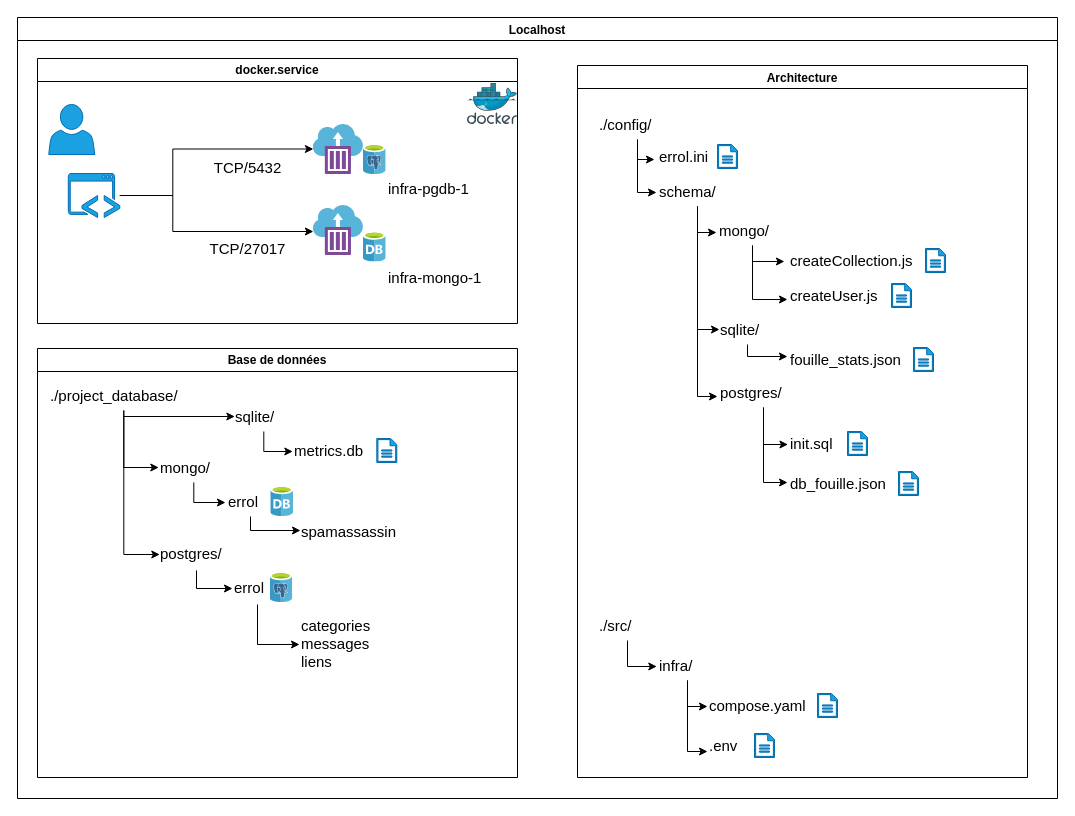
The draw.io diagram rapport/Schéma/archi_docker.drawio in peredur0/errol, before the edit. Source tidied: cells renumbered, new cells numbered last; positions are measured from the earlier drawing's top-left corner, leaving out a move shared by most shapes. Both pictures are drawn from the tidied source at 100%, with x=0, y=0 at pixel (17, 17).
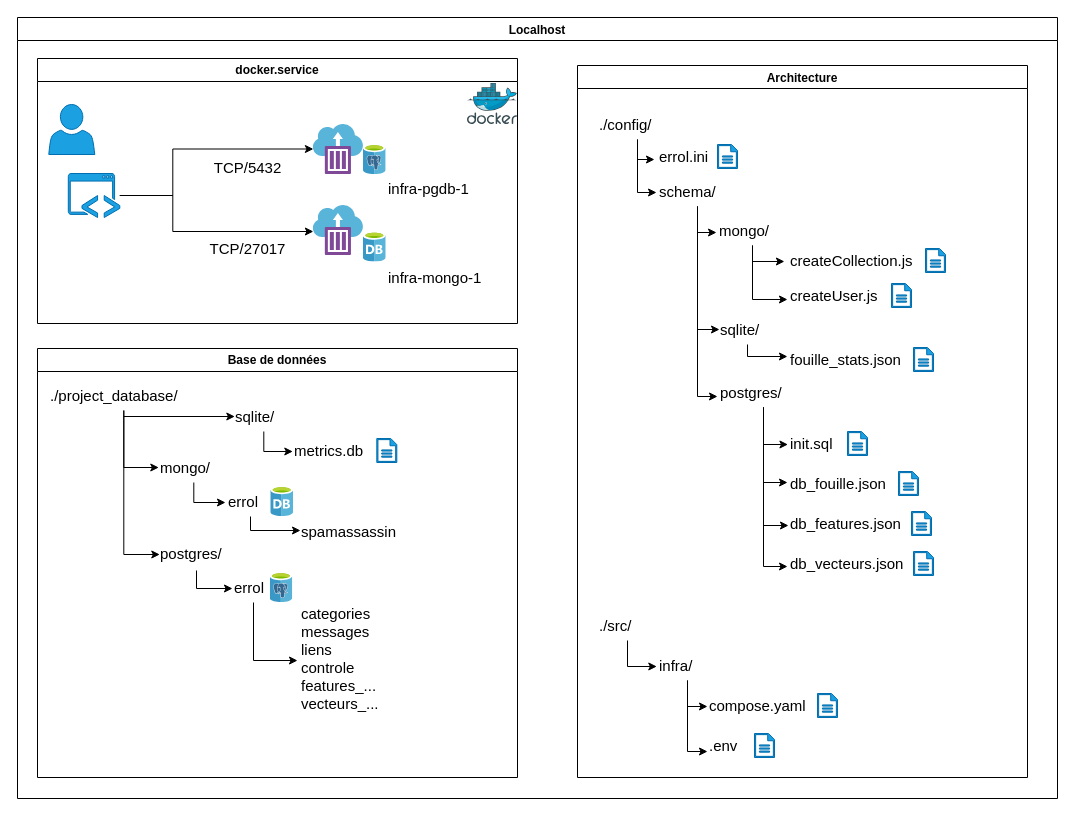
After the change.

Unchanged cells that the change refers to:
```xml
<mxCell id="3" value="Architecture" style="swimlane;" parent="2" vertex="1">
  <mxGeometry x="560" y="48" width="450" height="712" as="geometry" />
</mxCell>
<mxCell id="16" value="postgres/" style="text;html=1;align=left;verticalAlign=middle;points=[];strokeColor=none;fillColor=none;fontSize=15;" parent="3" vertex="1">
  <mxGeometry x="141" y="312" width="90" height="30" as="geometry" />
</mxCell>
<mxCell id="54" value="Base de données" style="swimlane;whiteSpace=wrap;html=1;" parent="2" vertex="1">
  <mxGeometry x="20" y="331" width="480" height="429" as="geometry" />
</mxCell>
<mxCell id="70" value="errol" style="text;html=1;align=left;verticalAlign=middle;points=[];strokeColor=none;fillColor=none;fontSize=15;" parent="54" vertex="1">
  <mxGeometry x="195.3" y="224" width="50" height="30" as="geometry" />
</mxCell>
```

Diff of the diagram source:
```diff
@@
+    <mxCell id="75" value="db_features.json" style="text;html=1;align=left;verticalAlign=middle;points=[];strokeColor=none;fillColor=none;fontSize=15;" parent="3" vertex="1">
+      <mxGeometry x="211" y="443" width="130" height="30" as="geometry" />
+    </mxCell>
+    <mxCell id="76" value="db_vecteurs.json" style="text;html=1;align=left;verticalAlign=middle;points=[];strokeColor=none;fillColor=none;fontSize=15;" parent="3" vertex="1">
+      <mxGeometry x="211" y="483" width="140" height="30" as="geometry" />
+    </mxCell>
+    <mxCell id="77" style="sketch=0;shadow=0;dashed=0;html=1;strokeColor=#006EAF;fillColor=#1ba1e2;labelPosition=center;verticalLabelPosition=bottom;verticalAlign=top;align=center;shape=mxgraph.office.concepts.document;fontSize=15;fontColor=#ffffff;" parent="3" vertex="1">
+      <mxGeometry x="334" y="446" width="20" height="24" as="geometry" />
+    </mxCell>
+    <mxCell id="78" style="sketch=0;shadow=0;dashed=0;html=1;strokeColor=#006EAF;fillColor=#1ba1e2;labelPosition=center;verticalLabelPosition=bottom;verticalAlign=top;align=center;shape=mxgraph.office.concepts.document;fontSize=15;fontColor=#ffffff;" parent="3" vertex="1">
+      <mxGeometry x="336" y="486" width="20" height="24" as="geometry" />
+    </mxCell>
+    <mxCell id="79" style="edgeStyle=orthogonalEdgeStyle;rounded=0;jettySize=auto;html=1;entryX=0;entryY=0.567;entryDx=0;entryDy=0;entryPerimeter=0;" parent="3" edge="1" source="16" target="75">
+      <mxGeometry relative="1" as="geometry" />
+    </mxCell>
+    <mxCell id="80" style="edgeStyle=orthogonalEdgeStyle;rounded=0;jettySize=auto;html=1;entryX=-0.007;entryY=0.6;entryDx=0;entryDy=0;entryPerimeter=0;" parent="3" edge="1" source="16" target="76">
+      <mxGeometry relative="1" as="geometry" />
+    </mxCell>
@@
-    <mxCell id="73" value="categories&lt;br&gt;messages&lt;br&gt;liens" style="text;html=1;align=left;verticalAlign=middle;points=[];strokeColor=none;fillColor=none;fontSize=15;" parent="54" vertex="1">
-      <mxGeometry x="262.3" y="260" width="90" height="70" as="geometry" />
+    <mxCell id="73" value="categories&lt;br&gt;messages&lt;br&gt;liens&lt;div&gt;controle&lt;/div&gt;&lt;div&gt;features_...&lt;/div&gt;&lt;div&gt;vecteurs_...&lt;/div&gt;" style="text;html=1;align=left;verticalAlign=middle;points=[];strokeColor=none;fillColor=none;fontSize=15;" parent="54" vertex="1">
+      <mxGeometry x="262.3" y="250" width="100" height="120" as="geometry" />
     </mxCell>
-    <mxCell id="74" style="edgeStyle=orthogonalEdgeStyle;rounded=0;jettySize=auto;html=1;entryX=-0.003;entryY=0.514;entryDx=0;entryDy=0;entryPerimeter=0;exitX=0.494;exitY=1.067;exitDx=0;exitDy=0;exitPerimeter=0;" parent="54" edge="1" source="70" target="73">
-      <mxGeometry relative="1" as="geometry">
-        <Array as="points">
-          <mxPoint x="220" y="296" />
-        </Array>
-      </mxGeometry>
+    <mxCell id="74" style="edgeStyle=orthogonalEdgeStyle;rounded=0;jettySize=auto;html=1;entryX=-0.023;entryY=0.517;entryDx=0;entryDy=0;entryPerimeter=0;exitX=0.414;exitY=1;exitDx=0;exitDy=0;exitPerimeter=0;" parent="54" edge="1" source="70" target="73">
+      <mxGeometry relative="1" as="geometry" />
     </mxCell>
```
